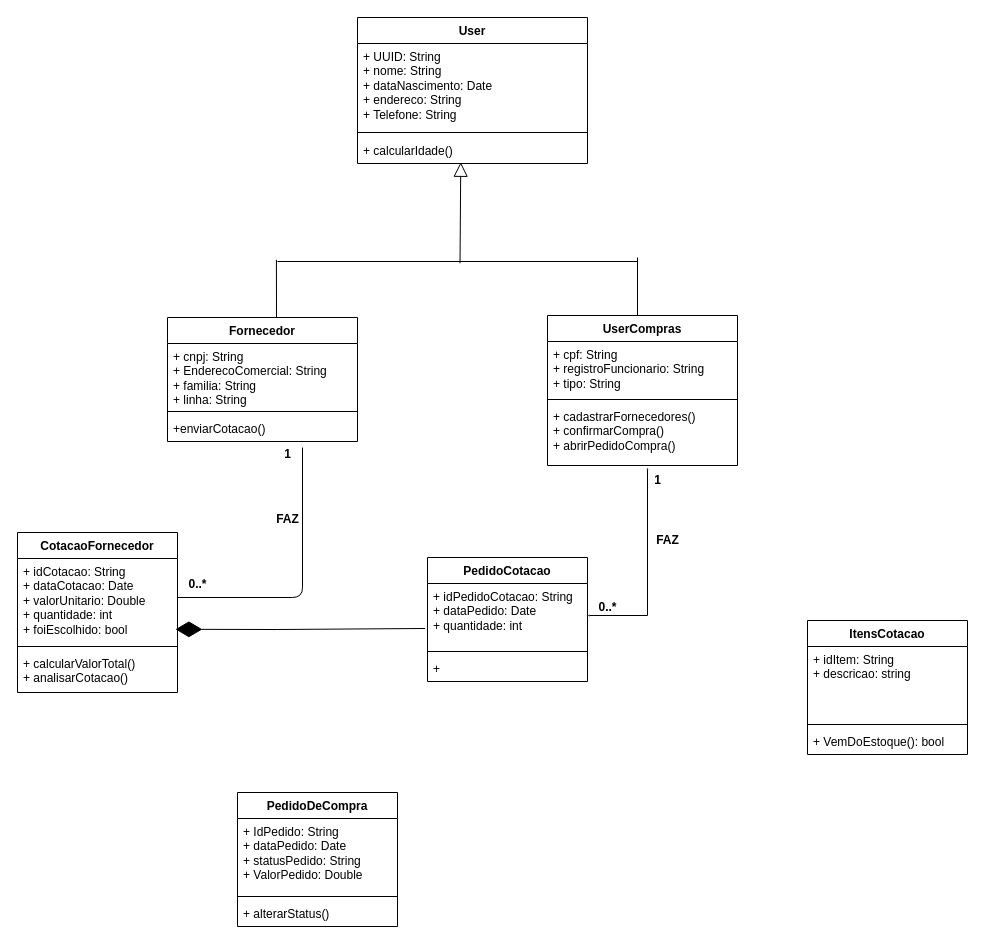
This is Fatec/3 Semestre/DiagramaClasse.drawio from Dutrak/Diagrams, a draw.io file, before an edit. Source tidied: cells renumbered, new cells numbered last; positions are measured from the earlier drawing's top-left corner, leaving out a move shared by most shapes. Both pictures are drawn from the tidied source at 100%, with x=0, y=0 at pixel (17, 17).
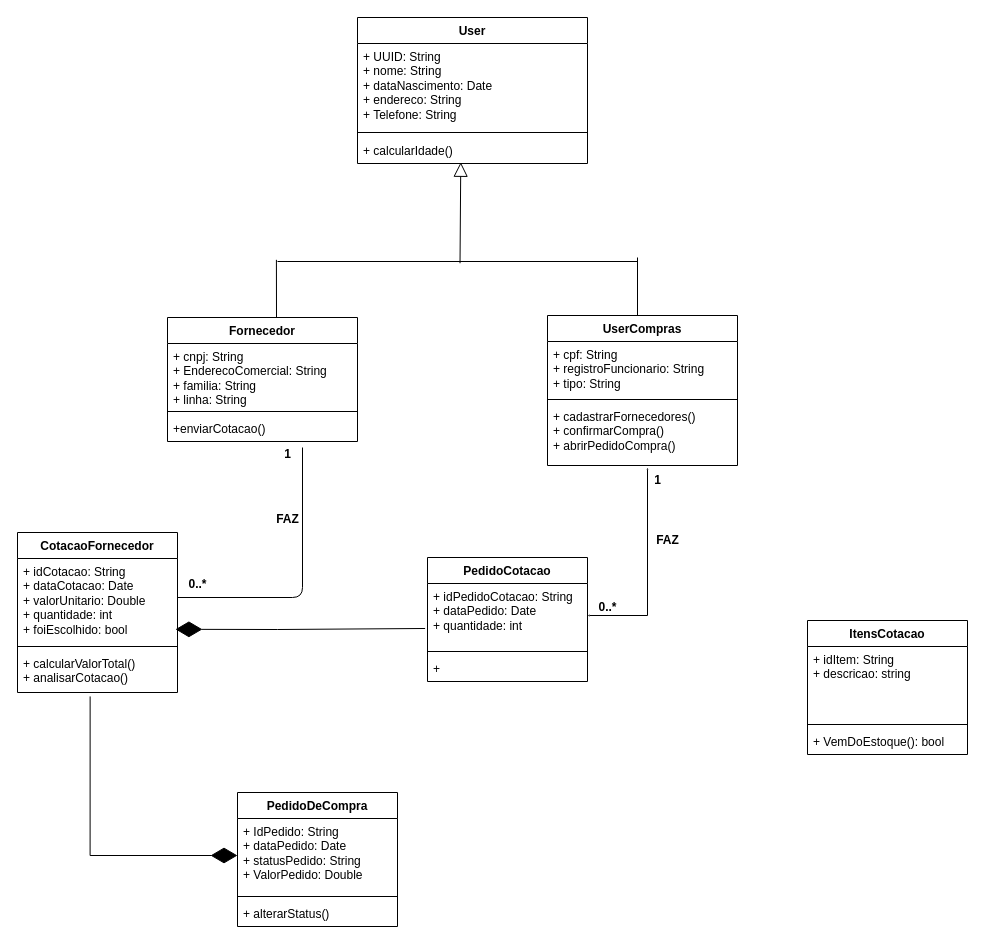
The same page after the edit.

Unchanged cells that the change refers to:
```xml
<mxCell id="19" value="+ IdPedido: String&lt;br&gt;+ dataPedido: Date&lt;br&gt;+ statusPedido: String&lt;br&gt;+ ValorPedido: Double" style="text;strokeColor=none;fillColor=none;align=left;verticalAlign=top;spacingLeft=4;spacingRight=4;overflow=hidden;points=[[0,0.5],[1,0.5]];portConstraint=eastwest;whiteSpace=wrap;html=1;" parent="18" vertex="1">
  <mxGeometry y="26" width="160" height="74" as="geometry" />
</mxCell>
<mxCell id="25" value="+ calcularValorTotal()&lt;br&gt;+ analisarCotacao()" style="text;strokeColor=none;fillColor=none;align=left;verticalAlign=top;spacingLeft=4;spacingRight=4;overflow=hidden;points=[[0,0.5],[1,0.5]];portConstraint=eastwest;whiteSpace=wrap;html=1;" parent="22" vertex="1">
  <mxGeometry y="118" width="160" height="42" as="geometry" />
</mxCell>
```

What changed in the source:
```diff
@@
+    <mxCell id="43" style="endArrow=diamondThin;endFill=1;endSize=24;html=1;rounded=0;edgeStyle=orthogonalEdgeStyle;exitX=0.454;exitY=1.094;exitDx=0;exitDy=0;exitPerimeter=0;" parent="1" edge="1" source="25" target="19">
+      <mxGeometry relative="1" as="geometry">
+        <Array as="points">
+          <mxPoint x="73" y="838" />
+        </Array>
+      </mxGeometry>
+    </mxCell>
```
